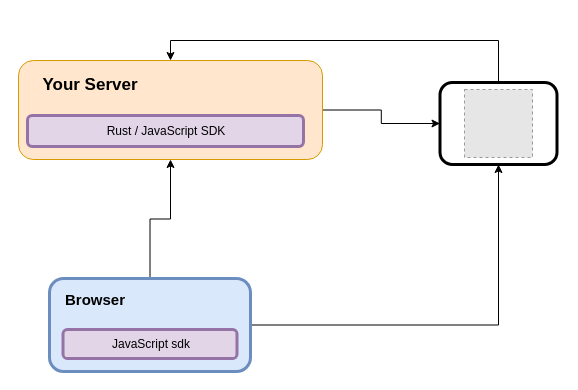
Above: docs/flow.drawio in fmeringdal/nettu-scheduler (draw.io), before the change. Source tidied: cells renumbered, new cells numbered last; positions are measured from the earlier drawing's top-left corner, leaving out a move shared by most shapes. Both pictures are drawn from the tidied source at 100%, with x=0, y=0 at pixel (18, 60). Pictures stored in the file or linked from it are replaced by grey dashed boxes.
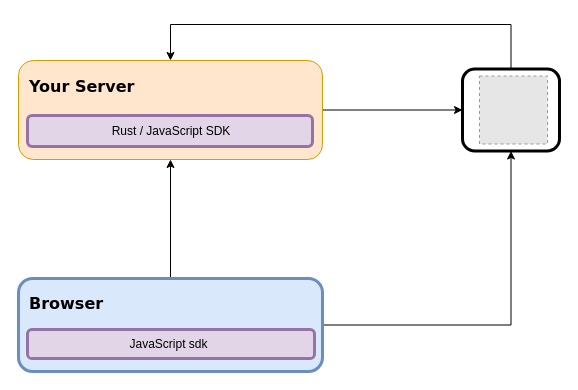
The same page after the edit.

What changed in the source:
```diff
@@
 <mxGraphModel>
   <root>
     <mxCell id="0" />
     <mxCell id="1" parent="0" />
     <mxCell id="2" style="edgeStyle=orthogonalEdgeStyle;rounded=0;jettySize=auto;html=1;exitX=0.5;exitY=0;exitDx=0;exitDy=0;entryX=0.5;entryY=0;entryDx=0;entryDy=0;fontSize=15;" parent="1" edge="1" source="3" target="6">
-      <mxGeometry relative="1" as="geometry" />
+      <mxGeometry relative="1" as="geometry">
+        <Array as="points">
+          <mxPoint x="493" y="-36" />
+          <mxPoint x="152" y="-36" />
+        </Array>
+      </mxGeometry>
     </mxCell>
     <mxCell id="3" style="rounded=1;whiteSpace=wrap;html=1;strokeWidth=3;" parent="1" vertex="1">
-      <mxGeometry x="421.5" y="22" width="117" height="82" as="geometry" />
+      <mxGeometry x="444" y="8.5" width="97" height="82" as="geometry" />
     </mxCell>
     <mxCell id="4" style="fillColor=#E6E6E6;strokeColor=#999999;dashed=1;verticalLabelPosition=bottom;labelBackgroundColor=#ffffff;verticalAlign=top;" parent="1" vertex="1">
-      <mxGeometry x="446" y="29" width="68" height="68" as="geometry" />
+      <mxGeometry x="461" y="15.5" width="68" height="68" as="geometry" />
     </mxCell>
     <mxCell id="5" style="edgeStyle=orthogonalEdgeStyle;rounded=0;jettySize=auto;html=1;exitX=1;exitY=0.5;exitDx=0;exitDy=0;entryX=0;entryY=0.5;entryDx=0;entryDy=0;fontSize=15;" parent="1" edge="1" source="6" target="3">
       <mxGeometry relative="1" as="geometry" />
     </mxCell>
     <mxCell id="6" style="rounded=1;whiteSpace=wrap;html=1;fillColor=#ffe6cc;strokeColor=#d79b00;" parent="1" vertex="1">
       <mxGeometry width="304" height="99" as="geometry" />
     </mxCell>
-    <mxCell id="7" value="Your Server" style="text;html=1;strokeColor=none;fillColor=none;align=center;verticalAlign=middle;whiteSpace=wrap;rounded=0;fontSize=17;fontStyle=1;" parent="1" vertex="1">
-      <mxGeometry x="9" y="15" width="126" height="20" as="geometry" />
+    <mxCell id="7" value="Your Server" style="text;html=1;strokeColor=none;fillColor=none;align=left;verticalAlign=middle;whiteSpace=wrap;rounded=0;fontSize=16;fontStyle=1;fontFamily=Verdana;" parent="1" vertex="1">
+      <mxGeometry x="9" y="15.5" width="126" height="20" as="geometry" />
     </mxCell>
     <mxCell id="8" style="edgeStyle=orthogonalEdgeStyle;rounded=0;jettySize=auto;html=1;exitX=1;exitY=0.5;exitDx=0;exitDy=0;fontSize=15;" parent="1" edge="1" source="10" target="3">
       <mxGeometry relative="1" as="geometry" />
     </mxCell>
     <mxCell id="9" style="edgeStyle=orthogonalEdgeStyle;rounded=0;jettySize=auto;html=1;exitX=0.5;exitY=0;exitDx=0;exitDy=0;entryX=0.5;entryY=1;entryDx=0;entryDy=0;fontSize=15;" parent="1" edge="1" source="10" target="6">
       <mxGeometry relative="1" as="geometry" />
     </mxCell>
     <mxCell id="10" style="rounded=1;whiteSpace=wrap;html=1;strokeColor=#6c8ebf;strokeWidth=3;fillColor=#dae8fc;" parent="1" vertex="1">
-      <mxGeometry x="31" y="218" width="201" height="93" as="geometry" />
+      <mxGeometry y="218" width="304" height="93" as="geometry" />
     </mxCell>
-    <mxCell id="11" value="Browser" style="text;html=1;strokeColor=none;fillColor=none;align=center;verticalAlign=middle;whiteSpace=wrap;rounded=0;fontSize=15;fontStyle=1;" parent="1" vertex="1">
-      <mxGeometry x="57" y="229" width="40" height="20" as="geometry" />
+    <mxCell id="11" value="Browser" style="text;html=1;strokeColor=none;fillColor=none;align=left;verticalAlign=middle;whiteSpace=wrap;rounded=0;fontSize=16;fontStyle=1;fontFamily=Verdana;" parent="1" vertex="1">
+      <mxGeometry x="9" y="233" width="129" height="20" as="geometry" />
     </mxCell>
     <mxCell id="12" style="rounded=1;whiteSpace=wrap;html=1;strokeColor=#9673a6;strokeWidth=3;fillColor=#e1d5e7;" parent="1" vertex="1">
-      <mxGeometry x="9" y="55" width="276" height="31" as="geometry" />
+      <mxGeometry x="9" y="55" width="285" height="31" as="geometry" />
     </mxCell>
     <mxCell id="13" value="Rust / JavaScript SDK" style="text;html=1;strokeColor=none;fillColor=none;align=center;verticalAlign=middle;whiteSpace=wrap;rounded=0;" parent="1" vertex="1">
-      <mxGeometry x="14" y="61" width="268" height="20" as="geometry" />
+      <mxGeometry x="14" y="61" width="278" height="20" as="geometry" />
     </mxCell>
     <mxCell id="14" style="rounded=1;whiteSpace=wrap;html=1;strokeColor=#9673a6;strokeWidth=3;fillColor=#e1d5e7;" parent="1" vertex="1">
-      <mxGeometry x="44.5" y="269" width="174" height="29" as="geometry" />
+      <mxGeometry x="9" y="269" width="287" height="29" as="geometry" />
     </mxCell>
     <mxCell id="15" value="JavaScript sdk" style="text;html=1;strokeColor=none;fillColor=none;align=center;verticalAlign=middle;whiteSpace=wrap;rounded=0;" parent="1" vertex="1">
-      <mxGeometry x="48" y="274" width="170" height="20" as="geometry" />
+      <mxGeometry x="83" y="274" width="135" height="20" as="geometry" />
     </mxCell>
   </root>
 </mxGraphModel>
```
